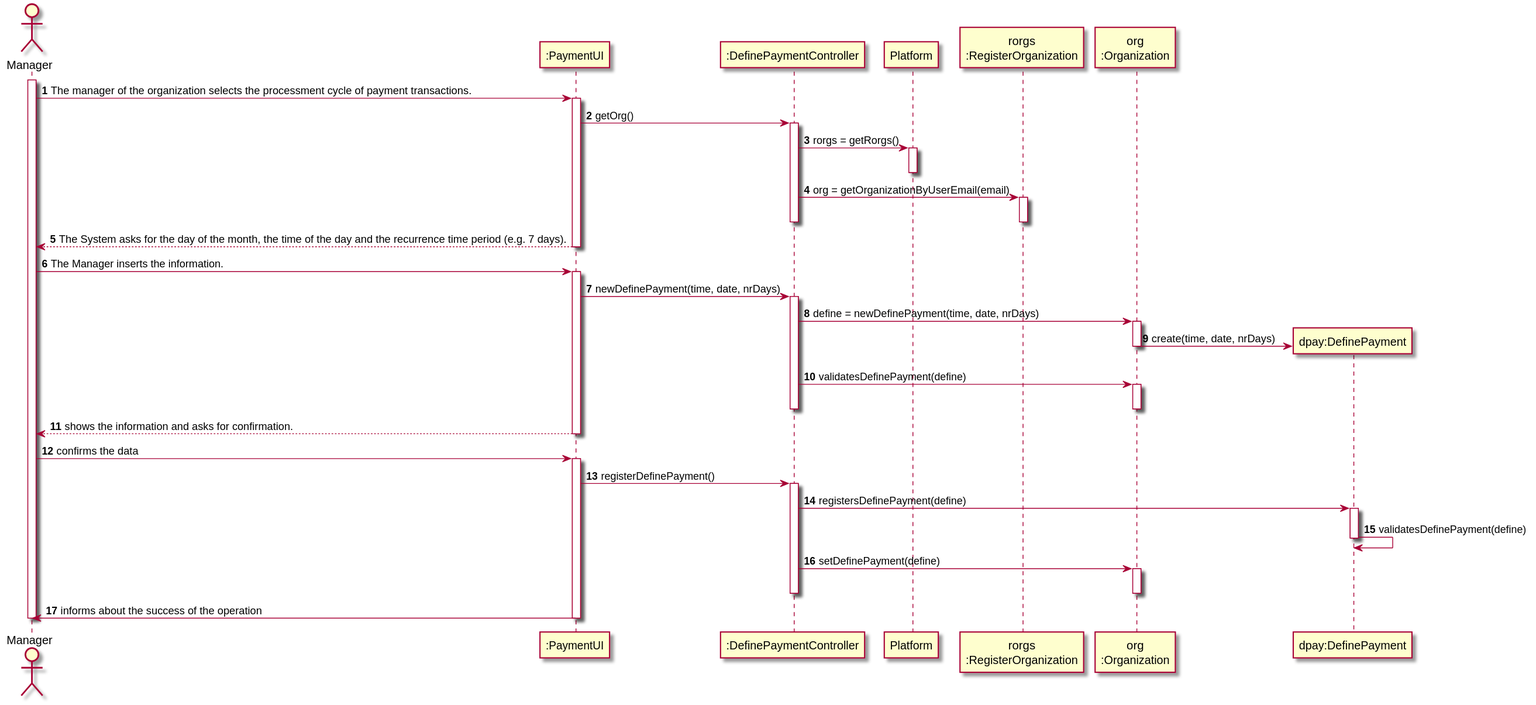
Above: docs/UC6 - Define Payment hour/UC6_SD.svg in 1190452/LAPR2 (PlantUML), before the change.
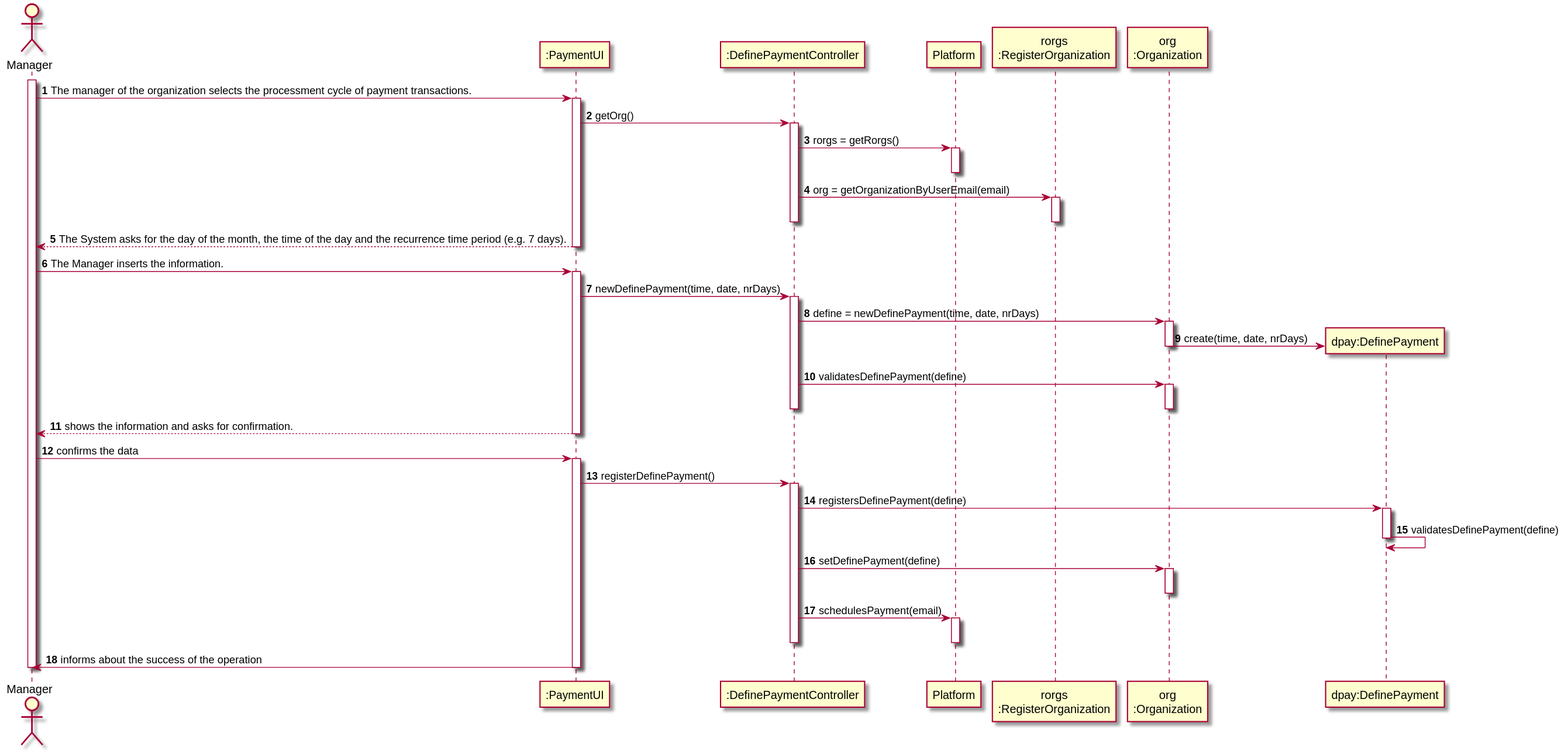
After the change.

Diff of the diagram source:
```diff
@@ -70,6 +70,10 @@
 activate O
 deactivate O
 
+CTRL -> P : schedulesPayment(email)
+activate P
+deactivate P
+
 deactivate CTRL
 
 UI -> ADM : informs about the success of the operation
@@ -78,4 +82,5 @@
 
 
 
+
 @enduml
```
